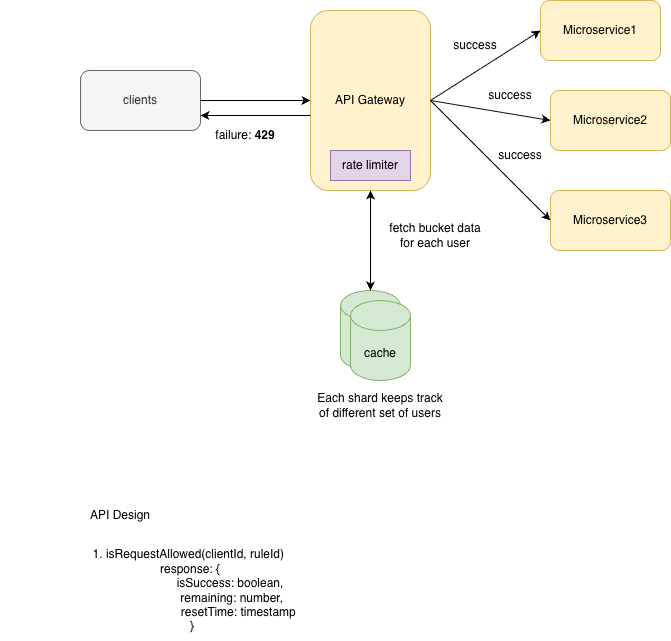
Before: src/main/java/com/kumar/interview/prep/system/design/rate_limiter/rate_limiter.drawio.png, a diagram exported from draw.io (kumar2901/interview-prep). Source tidied: cells renumbered, new cells last; positions are measured from the earlier drawing's top-left corner, leaving out a move shared by most shapes. Its diagram source:
```xml
<mxGraphModel>
  <root>
    <mxCell id="0" />
    <mxCell id="1" parent="0" />
    <mxCell id="2" value="clients" style="rounded=1;whiteSpace=wrap;html=1;fillColor=#f5f5f5;strokeColor=#666666;fontColor=#333333;" parent="1" vertex="1">
      <mxGeometry x="80" y="70" width="120" height="60" as="geometry" />
    </mxCell>
    <mxCell id="3" style="endArrow=classic;html=1;rounded=0;exitX=1;exitY=0.5;exitDx=0;exitDy=0;entryX=0;entryY=0.5;entryDx=0;entryDy=0;" parent="1" edge="1" source="2" target="4">
      <mxGeometry relative="1" as="geometry" />
    </mxCell>
    <mxCell id="4" value="API Gateway" style="rounded=1;whiteSpace=wrap;html=1;fillColor=#fff2cc;strokeColor=#d6b656;" parent="1" vertex="1">
      <mxGeometry x="310" y="10" width="120" height="180" as="geometry" />
    </mxCell>
    <mxCell id="5" value="rate limiter" style="rounded=0;whiteSpace=wrap;html=1;fillColor=#e1d5e7;strokeColor=#9673a6;" parent="1" vertex="1">
      <mxGeometry x="330" y="150" width="80" height="30" as="geometry" />
    </mxCell>
    <mxCell id="6" value="cache" style="shape=cylinder3;whiteSpace=wrap;html=1;boundedLbl=1;backgroundOutline=1;size=15;fillColor=#d5e8d4;strokeColor=#82b366;" parent="1" vertex="1">
      <mxGeometry x="340" y="290" width="60" height="80" as="geometry" />
    </mxCell>
    <mxCell id="7" style="endArrow=classic;startArrow=classic;html=1;rounded=0;entryX=0.5;entryY=1;entryDx=0;entryDy=0;exitX=0.5;exitY=0;exitDx=0;exitDy=0;exitPerimeter=0;" parent="1" edge="1" source="6" target="4">
      <mxGeometry relative="1" as="geometry" />
    </mxCell>
    <mxCell id="8" value="fetch bucket data for each user" style="text;html=1;whiteSpace=wrap;strokeColor=none;fillColor=none;align=center;verticalAlign=middle;rounded=0;" parent="1" vertex="1">
      <mxGeometry x="380" y="220" width="110" height="30" as="geometry" />
    </mxCell>
    <mxCell id="9" value="cache" style="shape=cylinder3;whiteSpace=wrap;html=1;boundedLbl=1;backgroundOutline=1;size=15;fillColor=#d5e8d4;strokeColor=#82b366;" parent="1" vertex="1">
      <mxGeometry x="350" y="300" width="60" height="80" as="geometry" />
    </mxCell>
    <mxCell id="10" value="Each shard keeps track of different set of users" style="text;html=1;whiteSpace=wrap;strokeColor=none;fillColor=none;align=center;verticalAlign=middle;rounded=0;" parent="1" vertex="1">
      <mxGeometry x="315" y="390" width="130" height="30" as="geometry" />
    </mxCell>
    <mxCell id="11" value="Microservice1" style="rounded=1;whiteSpace=wrap;html=1;fillColor=#fff2cc;strokeColor=#d6b656;" parent="1" vertex="1">
      <mxGeometry x="540" width="120" height="60" as="geometry" />
    </mxCell>
    <mxCell id="12" style="endArrow=classic;html=1;rounded=0;entryX=0;entryY=0.5;entryDx=0;entryDy=0;exitX=1;exitY=0.5;exitDx=0;exitDy=0;" parent="1" edge="1" source="4" target="11">
      <mxGeometry relative="1" as="geometry" />
    </mxCell>
    <mxCell id="13" value="success" style="text;html=1;whiteSpace=wrap;strokeColor=none;fillColor=none;align=center;verticalAlign=middle;rounded=0;" parent="1" vertex="1">
      <mxGeometry x="445" y="30" width="60" height="30" as="geometry" />
    </mxCell>
    <mxCell id="14" style="endArrow=classic;html=1;rounded=0;entryX=1;entryY=0.75;entryDx=0;entryDy=0;" parent="1" edge="1" target="2">
      <mxGeometry relative="1" as="geometry">
        <mxPoint x="310" y="115" as="sourcePoint" />
      </mxGeometry>
    </mxCell>
    <mxCell id="15" value="failure: &lt;b&gt;429&lt;/b&gt;" style="text;html=1;whiteSpace=wrap;strokeColor=none;fillColor=none;align=center;verticalAlign=middle;rounded=0;" parent="1" vertex="1">
      <mxGeometry x="210" y="120" width="70" height="30" as="geometry" />
    </mxCell>
    <mxCell id="16" value="API Design" style="text;html=1;whiteSpace=wrap;strokeColor=none;fillColor=none;align=center;verticalAlign=middle;rounded=0;" parent="1" vertex="1">
      <mxGeometry y="500" width="240" height="30" as="geometry" />
    </mxCell>
    <mxCell id="17" value="1.&amp;nbsp;isRequestAllowed(clientId, ruleId)&amp;nbsp;&lt;div&gt;response: { &lt;br&gt;&amp;nbsp; &amp;nbsp; &amp;nbsp; &amp;nbsp; &amp;nbsp; &amp;nbsp; &amp;nbsp; &lt;span style=&quot;white-space: pre;&quot;&gt;&#9;&lt;/span&gt;&amp;nbsp; &amp;nbsp; &amp;nbsp; &amp;nbsp; isSuccess: boolean, &lt;br&gt;&amp;nbsp; &amp;nbsp; &amp;nbsp; &amp;nbsp; &amp;nbsp; &amp;nbsp; &amp;nbsp; &amp;nbsp; &amp;nbsp; &amp;nbsp; &amp;nbsp;&lt;span style=&quot;white-space: pre;&quot;&gt;&#9;&lt;/span&gt; remaining: number, &lt;br&gt;&amp;nbsp; &amp;nbsp; &amp;nbsp; &amp;nbsp; &amp;nbsp; &amp;nbsp; &amp;nbsp; &amp;nbsp; &amp;nbsp; &amp;nbsp; &amp;nbsp; &amp;nbsp; &amp;nbsp; &amp;nbsp; &amp;nbsp;resetTime: timestamp&lt;br&gt;&amp;nbsp;}&lt;/div&gt;" style="text;html=1;whiteSpace=wrap;strokeColor=none;fillColor=none;align=center;verticalAlign=middle;rounded=0;" parent="1" vertex="1">
      <mxGeometry x="20" y="540" width="340" height="100" as="geometry" />
    </mxCell>
    <mxCell id="18" value="Microservice2" style="rounded=1;whiteSpace=wrap;html=1;fillColor=#fff2cc;strokeColor=#d6b656;" parent="1" vertex="1">
      <mxGeometry x="550" y="90" width="120" height="60" as="geometry" />
    </mxCell>
    <mxCell id="19" value="Microservice3" style="rounded=1;whiteSpace=wrap;html=1;fillColor=#fff2cc;strokeColor=#d6b656;" parent="1" vertex="1">
      <mxGeometry x="550" y="190" width="120" height="60" as="geometry" />
    </mxCell>
    <mxCell id="20" style="endArrow=classic;html=1;rounded=0;entryX=0;entryY=0.5;entryDx=0;entryDy=0;exitX=1;exitY=0.5;exitDx=0;exitDy=0;" parent="1" edge="1" source="4" target="18">
      <mxGeometry relative="1" as="geometry" />
    </mxCell>
    <mxCell id="21" style="endArrow=classic;html=1;rounded=0;entryX=0;entryY=0.5;entryDx=0;entryDy=0;" parent="1" edge="1" target="19">
      <mxGeometry relative="1" as="geometry">
        <mxPoint x="430" y="100" as="sourcePoint" />
      </mxGeometry>
    </mxCell>
    <mxCell id="22" value="success" style="text;html=1;whiteSpace=wrap;strokeColor=none;fillColor=none;align=center;verticalAlign=middle;rounded=0;" parent="1" vertex="1">
      <mxGeometry x="480" y="80" width="60" height="30" as="geometry" />
    </mxCell>
    <mxCell id="23" value="success" style="text;html=1;whiteSpace=wrap;strokeColor=none;fillColor=none;align=center;verticalAlign=middle;rounded=0;" parent="1" vertex="1">
      <mxGeometry x="490" y="140" width="60" height="30" as="geometry" />
    </mxCell>
  </root>
</mxGraphModel>
```
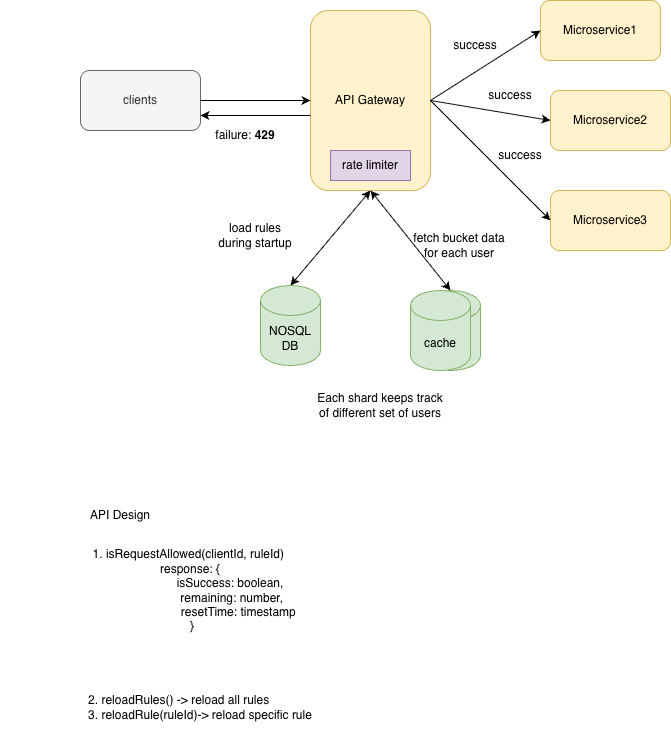
The same diagram one commit later.

The edit, as a diff of the source:
```diff
@@ -15,16 +15,16 @@
       <mxGeometry x="330" y="150" width="80" height="30" as="geometry" />
     </mxCell>
     <mxCell id="6" value="cache" style="shape=cylinder3;whiteSpace=wrap;html=1;boundedLbl=1;backgroundOutline=1;size=15;fillColor=#d5e8d4;strokeColor=#82b366;" parent="1" vertex="1">
-      <mxGeometry x="340" y="290" width="60" height="80" as="geometry" />
+      <mxGeometry x="420" y="290" width="60" height="80" as="geometry" />
     </mxCell>
     <mxCell id="7" style="endArrow=classic;startArrow=classic;html=1;rounded=0;entryX=0.5;entryY=1;entryDx=0;entryDy=0;exitX=0.5;exitY=0;exitDx=0;exitDy=0;exitPerimeter=0;" parent="1" edge="1" source="6" target="4">
       <mxGeometry relative="1" as="geometry" />
     </mxCell>
     <mxCell id="8" value="fetch bucket data for each user" style="text;html=1;whiteSpace=wrap;strokeColor=none;fillColor=none;align=center;verticalAlign=middle;rounded=0;" parent="1" vertex="1">
-      <mxGeometry x="380" y="220" width="110" height="30" as="geometry" />
+      <mxGeometry x="404" y="230" width="110" height="30" as="geometry" />
     </mxCell>
     <mxCell id="9" value="cache" style="shape=cylinder3;whiteSpace=wrap;html=1;boundedLbl=1;backgroundOutline=1;size=15;fillColor=#d5e8d4;strokeColor=#82b366;" parent="1" vertex="1">
-      <mxGeometry x="350" y="300" width="60" height="80" as="geometry" />
+      <mxGeometry x="410" y="290" width="60" height="80" as="geometry" />
     </mxCell>
     <mxCell id="10" value="Each shard keeps track of different set of users" style="text;html=1;whiteSpace=wrap;strokeColor=none;fillColor=none;align=center;verticalAlign=middle;rounded=0;" parent="1" vertex="1">
       <mxGeometry x="315" y="390" width="130" height="30" as="geometry" />
@@ -72,5 +72,17 @@
     <mxCell id="23" value="success" style="text;html=1;whiteSpace=wrap;strokeColor=none;fillColor=none;align=center;verticalAlign=middle;rounded=0;" parent="1" vertex="1">
       <mxGeometry x="490" y="140" width="60" height="30" as="geometry" />
     </mxCell>
+    <mxCell id="24" value="NOSQL DB" style="shape=cylinder3;whiteSpace=wrap;html=1;boundedLbl=1;backgroundOutline=1;size=15;fillColor=#d5e8d4;strokeColor=#82b366;" parent="1" vertex="1">
+      <mxGeometry x="260" y="285" width="60" height="80" as="geometry" />
+    </mxCell>
+    <mxCell id="25" style="endArrow=classic;startArrow=classic;html=1;rounded=0;entryX=0.5;entryY=1;entryDx=0;entryDy=0;exitX=0.5;exitY=0;exitDx=0;exitDy=0;exitPerimeter=0;" parent="1" edge="1" source="24" target="4">
+      <mxGeometry relative="1" as="geometry" />
+    </mxCell>
+    <mxCell id="26" value="load rules during startup" style="text;html=1;whiteSpace=wrap;strokeColor=none;fillColor=none;align=center;verticalAlign=middle;rounded=0;" parent="1" vertex="1">
+      <mxGeometry x="210" y="220" width="90" height="30" as="geometry" />
+    </mxCell>
+    <mxCell id="27" value="&lt;div style=&quot;text-align: left;&quot;&gt;&lt;span style=&quot;background-color: transparent; color: light-dark(rgb(0, 0, 0), rgb(255, 255, 255));&quot;&gt;&lt;br&gt;2.&amp;nbsp;reloadRules() -&amp;gt; reload all rules&lt;/span&gt;&lt;/div&gt;&lt;div&gt;3. reloadRule(ruleId)-&amp;gt; reload specific rule&lt;/div&gt;" style="text;html=1;whiteSpace=wrap;strokeColor=none;fillColor=none;align=center;verticalAlign=middle;rounded=0;" parent="1" vertex="1">
+      <mxGeometry x="80" y="650" width="240" height="100" as="geometry" />
+    </mxCell>
   </root>
 </mxGraphModel>
```
